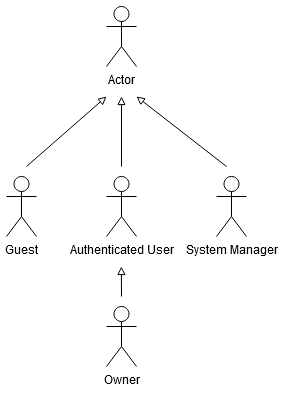
Before: img/actors.png, a diagram exported from draw.io (biam05/lbaw-feup). Source tidied: cells renumbered, new cells last; positions are measured from the earlier drawing's top-left corner, leaving out a move shared by most shapes. The source it was exported from:
```xml
<mxGraphModel>
  <root>
    <mxCell id="0" />
    <mxCell id="1" parent="0" />
    <mxCell id="2" value="Guest" style="shape=umlActor;verticalLabelPosition=bottom;verticalAlign=top;html=1;" parent="1" vertex="1">
      <mxGeometry y="170" width="30" height="60" as="geometry" />
    </mxCell>
    <mxCell id="3" value="Authenticated User" style="shape=umlActor;verticalLabelPosition=bottom;verticalAlign=top;html=1;" parent="1" vertex="1">
      <mxGeometry x="100" y="170" width="30" height="60" as="geometry" />
    </mxCell>
    <mxCell id="4" value="System Manager" style="shape=umlActor;verticalLabelPosition=bottom;verticalAlign=top;html=1;" parent="1" vertex="1">
      <mxGeometry x="210" y="170" width="30" height="60" as="geometry" />
    </mxCell>
    <mxCell id="5" value="Actor" style="shape=umlActor;verticalLabelPosition=bottom;verticalAlign=top;html=1;" parent="1" vertex="1">
      <mxGeometry x="100" width="30" height="60" as="geometry" />
    </mxCell>
    <mxCell id="6" style="rounded=0;orthogonalLoop=1;jettySize=auto;html=1;endArrow=block;endFill=0;" parent="1" edge="1">
      <mxGeometry relative="1" as="geometry">
        <mxPoint x="115" y="290" as="sourcePoint" />
        <mxPoint x="114.9" y="260" as="targetPoint" />
      </mxGeometry>
    </mxCell>
    <mxCell id="7" value="Owner" style="shape=umlActor;verticalLabelPosition=bottom;verticalAlign=top;html=1;" parent="1" vertex="1">
      <mxGeometry x="100" y="300" width="30" height="60" as="geometry" />
    </mxCell>
    <mxCell id="8" style="rounded=0;orthogonalLoop=1;jettySize=auto;html=1;endArrow=block;endFill=0;" parent="1" edge="1">
      <mxGeometry relative="1" as="geometry">
        <mxPoint x="115" y="160" as="sourcePoint" />
        <mxPoint x="115" y="90" as="targetPoint" />
      </mxGeometry>
    </mxCell>
    <mxCell id="9" style="rounded=0;orthogonalLoop=1;jettySize=auto;html=1;endArrow=block;endFill=0;" parent="1" edge="1">
      <mxGeometry relative="1" as="geometry">
        <mxPoint x="220" y="160" as="sourcePoint" />
        <mxPoint x="130" y="90" as="targetPoint" />
      </mxGeometry>
    </mxCell>
    <mxCell id="10" style="rounded=0;orthogonalLoop=1;jettySize=auto;html=1;endArrow=block;endFill=0;" parent="1" edge="1">
      <mxGeometry relative="1" as="geometry">
        <mxPoint x="20" y="160" as="sourcePoint" />
        <mxPoint x="100" y="90" as="targetPoint" />
      </mxGeometry>
    </mxCell>
  </root>
</mxGraphModel>
```
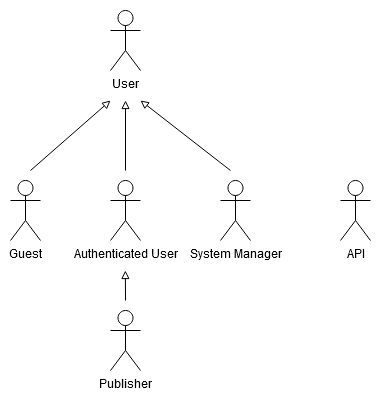
The same file after the commit.

Commit message:
updated actors diagram

Change to the diagram source:
```diff
@@ -11,7 +11,7 @@
     <mxCell id="4" value="System Manager" style="shape=umlActor;verticalLabelPosition=bottom;verticalAlign=top;html=1;" parent="1" vertex="1">
       <mxGeometry x="210" y="170" width="30" height="60" as="geometry" />
     </mxCell>
-    <mxCell id="5" value="Actor" style="shape=umlActor;verticalLabelPosition=bottom;verticalAlign=top;html=1;" parent="1" vertex="1">
+    <mxCell id="5" value="User" style="shape=umlActor;verticalLabelPosition=bottom;verticalAlign=top;html=1;" parent="1" vertex="1">
       <mxGeometry x="100" width="30" height="60" as="geometry" />
     </mxCell>
     <mxCell id="6" style="rounded=0;orthogonalLoop=1;jettySize=auto;html=1;endArrow=block;endFill=0;" parent="1" edge="1">
@@ -20,7 +20,7 @@
         <mxPoint x="114.9" y="260" as="targetPoint" />
       </mxGeometry>
     </mxCell>
-    <mxCell id="7" value="Owner" style="shape=umlActor;verticalLabelPosition=bottom;verticalAlign=top;html=1;" parent="1" vertex="1">
+    <mxCell id="7" value="Publisher" style="shape=umlActor;verticalLabelPosition=bottom;verticalAlign=top;html=1;" parent="1" vertex="1">
       <mxGeometry x="100" y="300" width="30" height="60" as="geometry" />
     </mxCell>
     <mxCell id="8" style="rounded=0;orthogonalLoop=1;jettySize=auto;html=1;endArrow=block;endFill=0;" parent="1" edge="1">
@@ -41,5 +41,8 @@
         <mxPoint x="100" y="90" as="targetPoint" />
       </mxGeometry>
     </mxCell>
+    <mxCell id="11" value="API" style="shape=umlActor;verticalLabelPosition=bottom;verticalAlign=top;html=1;" parent="1" vertex="1">
+      <mxGeometry x="330" y="170" width="30" height="60" as="geometry" />
+    </mxCell>
   </root>
 </mxGraphModel>
```
